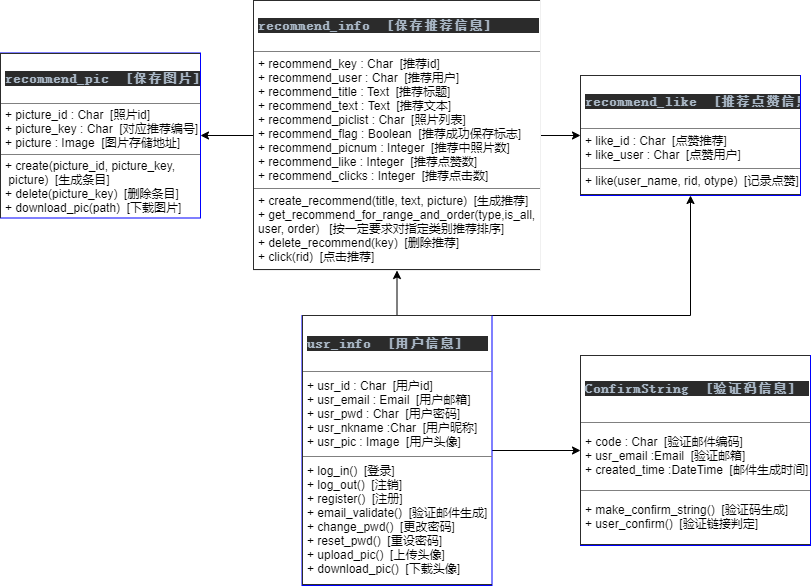
The draw.io diagram DOCUMENT/pic.png in unicornt/takeaway_recommend, before a commit. Source tidied: cells renumbered, new cells last; positions are measured from the earlier drawing's top-left corner, leaving out a move shared by most shapes.
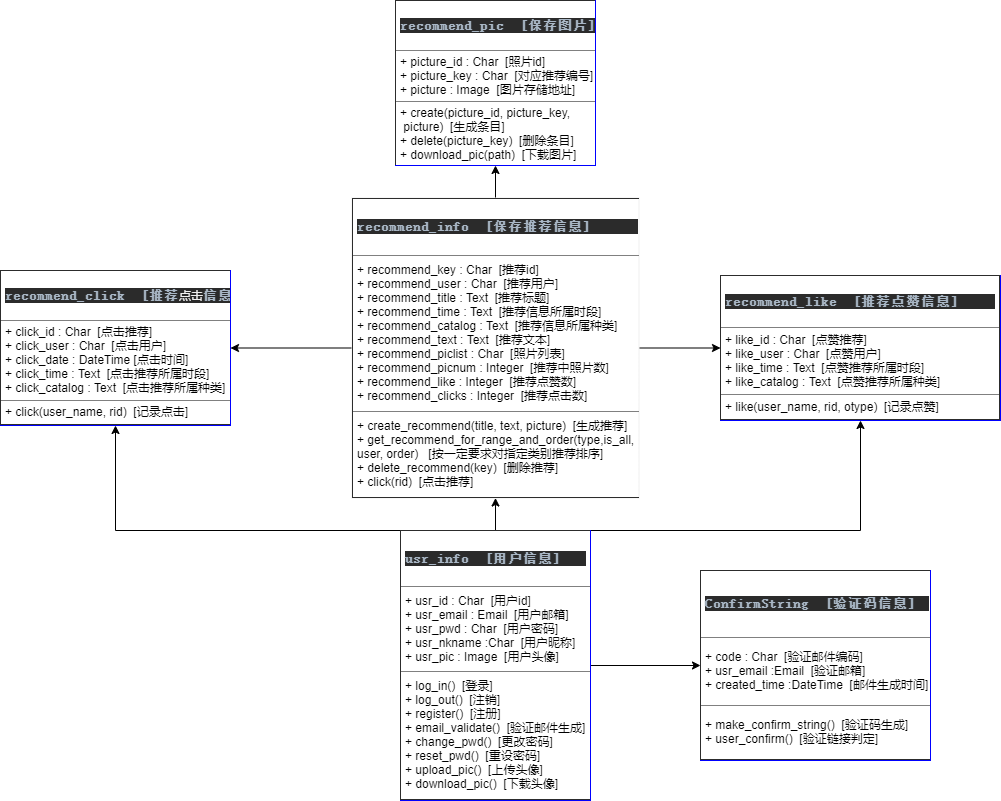
The same file after the commit.

Diff of the diagram source:
```diff
@@ -3,19 +3,22 @@
     <mxCell id="0" />
     <mxCell id="1" parent="0" />
     <mxCell id="2" value="&lt;table border=&quot;1&quot; width=&quot;100%&quot; cellpadding=&quot;4&quot; style=&quot;width: 100% ; height: 100% ; border-collapse: collapse&quot;&gt;&lt;tbody&gt;&lt;tr&gt;&lt;th&gt;&lt;pre style=&quot;background-color: #2b2b2b ; color: #a9b7c6 ; font-family: &amp;#34;jetbrains mono&amp;#34; , monospace ; font-size: 9.8pt&quot;&gt;recommend_pic  [保存图片]&lt;/pre&gt;&lt;/th&gt;&lt;/tr&gt;&lt;tr&gt;&lt;td&gt;+ picture_id : Char&amp;nbsp; [照片id]&lt;br&gt;+ picture_key : Char&amp;nbsp; [对应推荐编号]&lt;br&gt;+ picture : Image&amp;nbsp; [图片存储地址]&lt;/td&gt;&lt;/tr&gt;&lt;tr&gt;&lt;td&gt;+ create(picture_id, picture_key,&lt;br&gt;&amp;nbsp;picture)&amp;nbsp; [生成条目]&lt;br&gt;+ delete(picture_key)&amp;nbsp; [删除条目]&lt;br&gt;+ download_pic(path)&amp;nbsp; [下载图片]&lt;/td&gt;&lt;/tr&gt;&lt;/tbody&gt;&lt;/table&gt;" style="text;html=1;overflow=fill;strokeColor=#0000FF;align=left;" parent="1" vertex="1">
-      <mxGeometry y="52.5" width="200" height="165" as="geometry" />
+      <mxGeometry x="275" y="190" width="200" height="165" as="geometry" />
     </mxCell>
+    <mxCell id="4" style="edgeStyle=orthogonalEdgeStyle;rounded=0;jettySize=auto;html=1;exitX=1;exitY=0.5;exitDx=0;exitDy=0;entryX=0;entryY=0.5;entryDx=0;entryDy=0;" parent="1" edge="1" source="5" target="6">
+      <mxGeometry relative="1" as="geometry" />
+    </mxCell>
-    <mxCell id="3" style="edgeStyle=orthogonalEdgeStyle;rounded=0;jettySize=auto;html=1;exitX=0;exitY=0.5;exitDx=0;exitDy=0;entryX=1;entryY=0.5;entryDx=0;entryDy=0;" parent="1" edge="1" source="5" target="2">
+    <mxCell id="3" style="edgeStyle=orthogonalEdgeStyle;rounded=0;jettySize=auto;html=1;entryX=0.5;entryY=1;entryDx=0;entryDy=0;" parent="1" edge="1" source="5" target="2">
       <mxGeometry relative="1" as="geometry" />
     </mxCell>
-    <mxCell id="4" style="edgeStyle=orthogonalEdgeStyle;rounded=0;jettySize=auto;html=1;exitX=1;exitY=0.5;exitDx=0;exitDy=0;entryX=0;entryY=0.5;entryDx=0;entryDy=0;" parent="1" edge="1" source="5" target="6">
-      <mxGeometry relative="1" as="geometry" />
-    </mxCell>
+    <mxCell id="12" style="edgeStyle=orthogonalEdgeStyle;rounded=0;jettySize=auto;html=1;" parent="1" edge="1" source="5" target="14">
+      <mxGeometry relative="1" as="geometry" />
+    </mxCell>
-    <mxCell id="5" value="&lt;table border=&quot;1&quot; width=&quot;100%&quot; cellpadding=&quot;4&quot; style=&quot;width: 100% ; height: 100% ; border-collapse: collapse&quot;&gt;&lt;tbody&gt;&lt;tr&gt;&lt;th&gt;&lt;pre style=&quot;background-color: #2b2b2b ; color: #a9b7c6 ; font-family: &amp;#34;jetbrains mono&amp;#34; , monospace ; font-size: 9.8pt&quot;&gt;&lt;pre style=&quot;font-family: &amp;#34;jetbrains mono&amp;#34; , monospace ; font-size: 9.8pt&quot;&gt;recommend_info  [保存推荐信息]&lt;/pre&gt;&lt;/pre&gt;&lt;/th&gt;&lt;/tr&gt;&lt;tr&gt;&lt;td&gt;+ recommend_key : Char&amp;nbsp; [推荐id]&lt;br&gt;+ recommend_user : Char&amp;nbsp; [推荐用户]&lt;br&gt;+ recommend_title : Text&amp;nbsp; [推荐标题]&lt;br&gt;+ recommend_text : Text&amp;nbsp; [推荐文本]&lt;br&gt;+ recommend_piclist : Char&amp;nbsp; [照片列表]&lt;br&gt;+ recommend_flag : Boolean&amp;nbsp; [推荐成功保存标志]&lt;br&gt;+ recommend_picnum : Integer&amp;nbsp; [推荐中照片数]&lt;br&gt;+ recommend_like : Integer&amp;nbsp; [推荐点赞数]&lt;br&gt;+ recommend_clicks : Integer&amp;nbsp; [推荐点击数]&lt;/td&gt;&lt;/tr&gt;&lt;tr&gt;&lt;td&gt;+ create_recommend(title, text, picture)&amp;nbsp; [生成推荐]&lt;br&gt;+ get_recommend_for_range_and_order(type,is_all, &lt;br&gt;user, order)&amp;nbsp; &amp;nbsp;[按一定要求对指定类别推荐排序]&lt;br&gt;+ delete_recommend(key)&amp;nbsp; [删除推荐]&lt;br&gt;+ click(rid)&amp;nbsp; [点击推荐]&lt;/td&gt;&lt;/tr&gt;&lt;/tbody&gt;&lt;/table&gt;" style="text;html=1;overflow=fill;align=left;strokeColor=#f0f0f0;" parent="1" vertex="1">
-      <mxGeometry x="253" width="287" height="270" as="geometry" />
+    <mxCell id="5" value="&lt;table border=&quot;1&quot; width=&quot;100%&quot; cellpadding=&quot;4&quot; style=&quot;width: 100% ; height: 100% ; border-collapse: collapse&quot;&gt;&lt;tbody&gt;&lt;tr&gt;&lt;th&gt;&lt;pre style=&quot;background-color: #2b2b2b ; color: #a9b7c6 ; font-family: &amp;#34;jetbrains mono&amp;#34; , monospace ; font-size: 9.8pt&quot;&gt;&lt;pre style=&quot;font-family: &amp;#34;jetbrains mono&amp;#34; , monospace ; font-size: 9.8pt&quot;&gt;recommend_info  [保存推荐信息]&lt;/pre&gt;&lt;/pre&gt;&lt;/th&gt;&lt;/tr&gt;&lt;tr&gt;&lt;td&gt;+ recommend_key : Char&amp;nbsp; [推荐id]&lt;br&gt;+ recommend_user : Char&amp;nbsp; [推荐用户]&lt;br&gt;+ recommend_title : Text&amp;nbsp; [推荐标题]&lt;br&gt;+ recommend_time : Text&amp;nbsp; [推荐信息所属时段]&lt;br&gt;+ recommend_catalog : Text&amp;nbsp; [推荐信息所属种类]&lt;br&gt;+ recommend_text : Text&amp;nbsp; [推荐文本]&lt;br&gt;+ recommend_piclist : Char&amp;nbsp; [照片列表]&lt;br&gt;+ recommend_picnum : Integer&amp;nbsp; [推荐中照片数]&lt;br&gt;+ recommend_like : Integer&amp;nbsp; [推荐点赞数]&lt;br&gt;+ recommend_clicks : Integer&amp;nbsp; [推荐点击数]&lt;/td&gt;&lt;/tr&gt;&lt;tr&gt;&lt;td&gt;+ create_recommend(title, text, picture)&amp;nbsp; [生成推荐]&lt;br&gt;+ get_recommend_for_range_and_order(type,is_all, &lt;br&gt;user, order)&amp;nbsp; &amp;nbsp;[按一定要求对指定类别推荐排序]&lt;br&gt;+ delete_recommend(key)&amp;nbsp; [删除推荐]&lt;br&gt;+ click(rid)&amp;nbsp; [点击推荐]&lt;/td&gt;&lt;/tr&gt;&lt;/tbody&gt;&lt;/table&gt;" style="text;html=1;overflow=fill;align=left;strokeColor=#f0f0f0;" parent="1" vertex="1">
+      <mxGeometry x="231.5" y="387.5" width="287" height="300" as="geometry" />
     </mxCell>
-    <mxCell id="6" value="&lt;table border=&quot;1&quot; width=&quot;100%&quot; cellpadding=&quot;4&quot; style=&quot;width: 100% ; height: 100% ; border-collapse: collapse&quot;&gt;&lt;tbody&gt;&lt;tr&gt;&lt;th&gt;&lt;pre style=&quot;background-color: #2b2b2b ; color: #a9b7c6 ; font-family: &amp;#34;jetbrains mono&amp;#34; , monospace ; font-size: 9.8pt&quot;&gt;recommend_like  [推荐点赞信息]&lt;/pre&gt;&lt;/th&gt;&lt;/tr&gt;&lt;tr&gt;&lt;td&gt;+ like_id : Char&amp;nbsp; [点赞推荐]&lt;br&gt;+ like_user : Char&amp;nbsp; [点赞用户]&lt;/td&gt;&lt;/tr&gt;&lt;tr&gt;&lt;td&gt;+ like(user_name, rid, otype)&amp;nbsp; [记录点赞]&lt;/td&gt;&lt;/tr&gt;&lt;/tbody&gt;&lt;/table&gt;" style="text;html=1;overflow=fill;strokeColor=#0000FF;align=left;" parent="1" vertex="1">
-      <mxGeometry x="580" y="75" width="220" height="120" as="geometry" />
+    <mxCell id="6" value="&lt;table border=&quot;1&quot; width=&quot;100%&quot; cellpadding=&quot;4&quot; style=&quot;width: 100% ; height: 100% ; border-collapse: collapse&quot;&gt;&lt;tbody&gt;&lt;tr&gt;&lt;th&gt;&lt;pre style=&quot;background-color: #2b2b2b ; color: #a9b7c6 ; font-family: &amp;#34;jetbrains mono&amp;#34; , monospace ; font-size: 9.8pt&quot;&gt;recommend_like  [推荐点赞信息]&lt;/pre&gt;&lt;/th&gt;&lt;/tr&gt;&lt;tr&gt;&lt;td&gt;+ like_id : Char&amp;nbsp; [点赞推荐]&lt;br&gt;+ like_user : Char&amp;nbsp; [点赞用户]&lt;br&gt;+ like_time : Text&amp;nbsp; [点赞推荐所属时段]&lt;br&gt;+ like_catalog : Text&amp;nbsp; [点赞推荐所属种类]&lt;br&gt;&lt;/td&gt;&lt;/tr&gt;&lt;tr&gt;&lt;td&gt;+ like(user_name, rid, otype)&amp;nbsp; [记录点赞]&lt;/td&gt;&lt;/tr&gt;&lt;/tbody&gt;&lt;/table&gt;" style="text;html=1;overflow=fill;strokeColor=#0000FF;align=left;" parent="1" vertex="1">
+      <mxGeometry x="600" y="465" width="280" height="145" as="geometry" />
     </mxCell>
     <mxCell id="7" style="edgeStyle=orthogonalEdgeStyle;rounded=0;jettySize=auto;html=1;exitX=1;exitY=0.5;exitDx=0;exitDy=0;entryX=0;entryY=0.5;entryDx=0;entryDy=0;" parent="1" edge="1" source="10" target="11">
       <mxGeometry relative="1" as="geometry" />
@@ -26,15 +29,25 @@
     <mxCell id="9" style="edgeStyle=orthogonalEdgeStyle;rounded=0;jettySize=auto;html=1;exitX=1;exitY=0;exitDx=0;exitDy=0;entryX=0.5;entryY=1;entryDx=0;entryDy=0;" parent="1" edge="1" source="10" target="6">
       <mxGeometry relative="1" as="geometry">
         <Array as="points">
-          <mxPoint x="690" y="315" />
+          <mxPoint x="740" y="720" />
         </Array>
       </mxGeometry>
     </mxCell>
+    <mxCell id="13" style="edgeStyle=orthogonalEdgeStyle;rounded=0;jettySize=auto;html=1;exitX=0;exitY=0;exitDx=0;exitDy=0;entryX=0.5;entryY=1;entryDx=0;entryDy=0;" parent="1" edge="1" source="10" target="14">
+      <mxGeometry relative="1" as="geometry">
+        <Array as="points">
+          <mxPoint x="-5" y="720" />
+        </Array>
+      </mxGeometry>
+    </mxCell>
     <mxCell id="10" value="&lt;table border=&quot;1&quot; width=&quot;100%&quot; cellpadding=&quot;4&quot; style=&quot;width: 100% ; height: 100% ; border-collapse: collapse&quot;&gt;&lt;tbody&gt;&lt;tr&gt;&lt;th&gt;&lt;pre style=&quot;background-color: #2b2b2b ; color: #a9b7c6 ; font-family: &amp;#34;jetbrains mono&amp;#34; , monospace ; font-size: 9.8pt&quot;&gt;&lt;pre style=&quot;font-family: &amp;#34;jetbrains mono&amp;#34; , monospace ; font-size: 9.8pt&quot;&gt;usr_info  [用户信息]&lt;/pre&gt;&lt;/pre&gt;&lt;/th&gt;&lt;/tr&gt;&lt;tr&gt;&lt;td&gt;+ usr_id : Char&amp;nbsp; [用户id]&lt;br&gt;+ usr_email : Email&amp;nbsp; [用户邮箱]&lt;br&gt;+ usr_pwd : Char&amp;nbsp; [用户密码]&lt;br&gt;+ usr_nkname :Char&amp;nbsp; [用户昵称]&lt;br&gt;+ usr_pic : Image&amp;nbsp; [用户头像]&lt;br&gt;&lt;/td&gt;&lt;/tr&gt;&lt;tr&gt;&lt;td&gt;+ log_in()&amp;nbsp; [登录]&lt;br&gt;+ log_out()&amp;nbsp; [注销]&lt;br&gt;+ register()&amp;nbsp; [注册]&lt;br&gt;+ email_validate()&amp;nbsp; [验证邮件生成]&lt;br&gt;+ change_pwd()&amp;nbsp; [更改密码]&lt;br&gt;+ reset_pwd()&amp;nbsp; [重设密码]&lt;br&gt;+ upload_pic()&amp;nbsp; [上传头像]&lt;br&gt;+ download_pic()&amp;nbsp; [下载头像]&lt;/td&gt;&lt;/tr&gt;&lt;/tbody&gt;&lt;/table&gt;" style="text;html=1;overflow=fill;strokeColor=#0000FF;align=left;" parent="1" vertex="1">
-      <mxGeometry x="301.5" y="315" width="190" height="270" as="geometry" />
+      <mxGeometry x="280" y="720" width="190" height="270" as="geometry" />
     </mxCell>
     <mxCell id="11" value="&lt;table border=&quot;1&quot; width=&quot;100%&quot; cellpadding=&quot;4&quot; style=&quot;width: 100% ; height: 100% ; border-collapse: collapse&quot;&gt;&lt;tbody&gt;&lt;tr&gt;&lt;th&gt;&lt;pre style=&quot;background-color: #2b2b2b ; color: #a9b7c6 ; font-family: &amp;#34;jetbrains mono&amp;#34; , monospace ; font-size: 9.8pt&quot;&gt;&lt;pre style=&quot;font-family: &amp;#34;jetbrains mono&amp;#34; , monospace ; font-size: 9.8pt&quot;&gt;ConfirmString  [验证码信息]&lt;/pre&gt;&lt;/pre&gt;&lt;/th&gt;&lt;/tr&gt;&lt;tr&gt;&lt;td&gt;+ code : Char&amp;nbsp; [验证邮件编码]&lt;br&gt;+ usr_email :Email&amp;nbsp; [验证邮箱]&lt;br&gt;+ created_time :DateTime&amp;nbsp; [邮件生成时间]&lt;/td&gt;&lt;/tr&gt;&lt;tr&gt;&lt;td&gt;+ make_confirm_string()&amp;nbsp; [验证码生成]&lt;br&gt;+ user_confirm()&amp;nbsp; [验证链接判定]&lt;/td&gt;&lt;/tr&gt;&lt;/tbody&gt;&lt;/table&gt;" style="text;html=1;overflow=fill;strokeColor=#0000FF;align=left;" parent="1" vertex="1">
-      <mxGeometry x="580" y="355" width="230" height="190" as="geometry" />
+      <mxGeometry x="580" y="760" width="230" height="190" as="geometry" />
     </mxCell>
+    <mxCell id="14" value="&lt;table border=&quot;1&quot; width=&quot;100%&quot; cellpadding=&quot;4&quot; style=&quot;width: 100% ; height: 100% ; border-collapse: collapse&quot;&gt;&lt;tbody&gt;&lt;tr&gt;&lt;th&gt;&lt;pre style=&quot;background-color: #2b2b2b ; color: #a9b7c6 ; font-family: &amp;#34;jetbrains mono&amp;#34; , monospace ; font-size: 9.8pt&quot;&gt;recommend_click  [推荐&lt;span style=&quot;color: rgb(240 , 240 , 240) ; font-family: &amp;#34;helvetica&amp;#34; ; font-size: 12px ; font-weight: 400 ; background-color: rgb(42 , 42 , 42)&quot;&gt;点击&lt;/span&gt;信息]&lt;/pre&gt;&lt;/th&gt;&lt;/tr&gt;&lt;tr&gt;&lt;td&gt;+ click_id : Char&amp;nbsp; [点击推荐]&lt;br&gt;+ click_user : Char&amp;nbsp; [点击用户]&lt;br&gt;+ click_date : DateTime [点击时间]&lt;br&gt;+ click_time : Text&amp;nbsp; [点击推荐所属时段]&lt;br&gt;+ click_catalog : Text&amp;nbsp; [点击推荐所属种类]&lt;br&gt;&lt;/td&gt;&lt;/tr&gt;&lt;tr&gt;&lt;td&gt;+ click(user_name, rid)&amp;nbsp; [记录点击]&lt;/td&gt;&lt;/tr&gt;&lt;/tbody&gt;&lt;/table&gt;" style="text;html=1;overflow=fill;strokeColor=#0000FF;align=left;" parent="1" vertex="1">
+      <mxGeometry x="-120" y="460" width="230" height="155" as="geometry" />
+    </mxCell>
   </root>
 </mxGraphModel>
```
